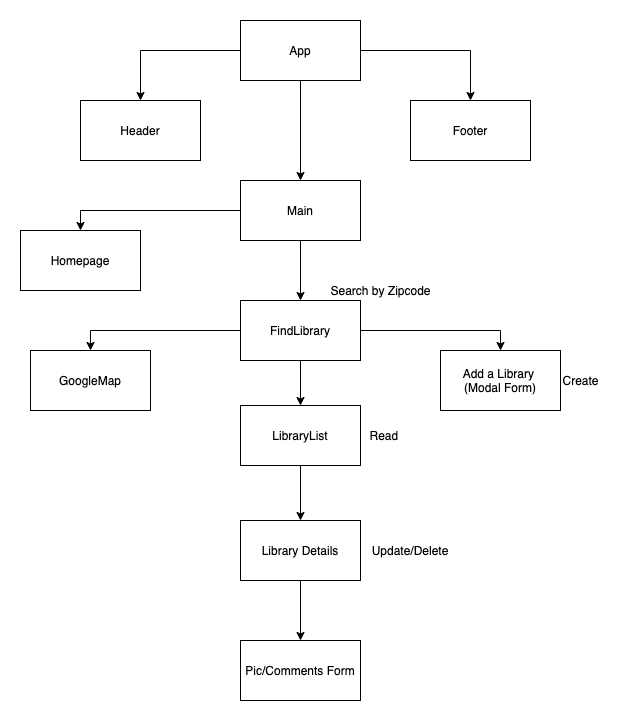
The draw.io diagram planning/wireframes/LibreLibro Components.png in tashi-ono/libre_libro_client, before a commit. Source tidied: cells renumbered, new cells last; positions are measured from the earlier drawing's top-left corner, leaving out a move shared by most shapes. Its diagram source:
```xml
<mxGraphModel>
  <root>
    <mxCell id="0" />
    <mxCell id="1" parent="0" />
    <mxCell id="2" style="edgeStyle=orthogonalEdgeStyle;rounded=0;jettySize=auto;html=1;" parent="1" edge="1" source="5" target="6">
      <mxGeometry relative="1" as="geometry" />
    </mxCell>
    <mxCell id="3" style="edgeStyle=orthogonalEdgeStyle;rounded=0;jettySize=auto;html=1;" parent="1" edge="1" source="5" target="7">
      <mxGeometry relative="1" as="geometry" />
    </mxCell>
    <mxCell id="4" style="edgeStyle=orthogonalEdgeStyle;rounded=0;jettySize=auto;html=1;" parent="1" edge="1" source="5" target="11">
      <mxGeometry relative="1" as="geometry" />
    </mxCell>
    <mxCell id="5" value="App" style="rounded=0;whiteSpace=wrap;html=1;" parent="1" vertex="1">
      <mxGeometry x="220" width="120" height="60" as="geometry" />
    </mxCell>
    <mxCell id="6" value="Header" style="rounded=0;whiteSpace=wrap;html=1;" parent="1" vertex="1">
      <mxGeometry x="60" y="80" width="120" height="60" as="geometry" />
    </mxCell>
    <mxCell id="7" value="Footer" style="rounded=0;whiteSpace=wrap;html=1;" parent="1" vertex="1">
      <mxGeometry x="390" y="80" width="120" height="60" as="geometry" />
    </mxCell>
    <mxCell id="8" style="edgeStyle=orthogonalEdgeStyle;rounded=0;jettySize=auto;html=1;entryX=0.5;entryY=0;entryDx=0;entryDy=0;" parent="1" edge="1" source="11" target="12">
      <mxGeometry relative="1" as="geometry" />
    </mxCell>
    <mxCell id="9" style="edgeStyle=orthogonalEdgeStyle;rounded=0;jettySize=auto;html=1;entryX=0.5;entryY=0;entryDx=0;entryDy=0;exitX=1;exitY=0.5;exitDx=0;exitDy=0;" parent="1" edge="1" source="16" target="13">
      <mxGeometry relative="1" as="geometry" />
    </mxCell>
    <mxCell id="10" style="edgeStyle=orthogonalEdgeStyle;rounded=0;jettySize=auto;html=1;exitX=0.5;exitY=1;exitDx=0;exitDy=0;" parent="1" edge="1" source="11" target="16">
      <mxGeometry relative="1" as="geometry" />
    </mxCell>
    <mxCell id="11" value="Main" style="rounded=0;whiteSpace=wrap;html=1;" parent="1" vertex="1">
      <mxGeometry x="220" y="160" width="120" height="60" as="geometry" />
    </mxCell>
    <mxCell id="12" value="Homepage" style="rounded=0;whiteSpace=wrap;html=1;" parent="1" vertex="1">
      <mxGeometry y="210" width="120" height="60" as="geometry" />
    </mxCell>
    <mxCell id="13" value="Add a Library &lt;br&gt;(Modal Form)" style="rounded=0;whiteSpace=wrap;html=1;" parent="1" vertex="1">
      <mxGeometry x="420" y="330" width="120" height="60" as="geometry" />
    </mxCell>
    <mxCell id="14" style="edgeStyle=orthogonalEdgeStyle;rounded=0;jettySize=auto;html=1;" parent="1" edge="1" source="16" target="21">
      <mxGeometry relative="1" as="geometry" />
    </mxCell>
    <mxCell id="15" style="edgeStyle=orthogonalEdgeStyle;rounded=0;jettySize=auto;html=1;entryX=0.5;entryY=0;entryDx=0;entryDy=0;" parent="1" edge="1" source="16" target="22">
      <mxGeometry relative="1" as="geometry" />
    </mxCell>
    <mxCell id="16" value="FindLibrary" style="rounded=0;whiteSpace=wrap;html=1;" parent="1" vertex="1">
      <mxGeometry x="220" y="280" width="120" height="60" as="geometry" />
    </mxCell>
    <mxCell id="17" style="edgeStyle=orthogonalEdgeStyle;rounded=0;jettySize=auto;html=1;" parent="1" edge="1" source="18" target="24">
      <mxGeometry relative="1" as="geometry" />
    </mxCell>
    <mxCell id="18" value="Library Details" style="rounded=0;whiteSpace=wrap;html=1;" parent="1" vertex="1">
      <mxGeometry x="220" y="500" width="120" height="60" as="geometry" />
    </mxCell>
    <mxCell id="19" value="Search by Zipcode" style="text;html=1;align=center;verticalAlign=middle;" parent="1" vertex="1">
      <mxGeometry x="300" y="260" width="120" height="20" as="geometry" />
    </mxCell>
    <mxCell id="20" style="edgeStyle=orthogonalEdgeStyle;rounded=0;jettySize=auto;html=1;" parent="1" edge="1" source="21" target="18">
      <mxGeometry relative="1" as="geometry" />
    </mxCell>
    <mxCell id="21" value="LibraryList" style="rounded=0;whiteSpace=wrap;html=1;" parent="1" vertex="1">
      <mxGeometry x="220" y="385" width="120" height="60" as="geometry" />
    </mxCell>
    <mxCell id="22" value="GoogleMap" style="rounded=0;whiteSpace=wrap;html=1;" parent="1" vertex="1">
      <mxGeometry x="10" y="330" width="120" height="60" as="geometry" />
    </mxCell>
    <mxCell id="23" value="Update/Delete" style="text;html=1;strokeColor=none;fillColor=none;align=center;verticalAlign=middle;whiteSpace=wrap;rounded=0;" parent="1" vertex="1">
      <mxGeometry x="360" y="520" width="60" height="20" as="geometry" />
    </mxCell>
    <mxCell id="24" value="Pic/Comments Form" style="rounded=0;whiteSpace=wrap;html=1;" parent="1" vertex="1">
      <mxGeometry x="220" y="620" width="120" height="60" as="geometry" />
    </mxCell>
    <mxCell id="25" value="Create" style="text;html=1;align=center;verticalAlign=middle;" parent="1" vertex="1">
      <mxGeometry x="535" y="350" width="50" height="20" as="geometry" />
    </mxCell>
    <mxCell id="26" value="Read&amp;nbsp;" style="text;html=1;align=center;verticalAlign=middle;" parent="1" vertex="1">
      <mxGeometry x="340" y="405" width="50" height="20" as="geometry" />
    </mxCell>
  </root>
</mxGraphModel>
```
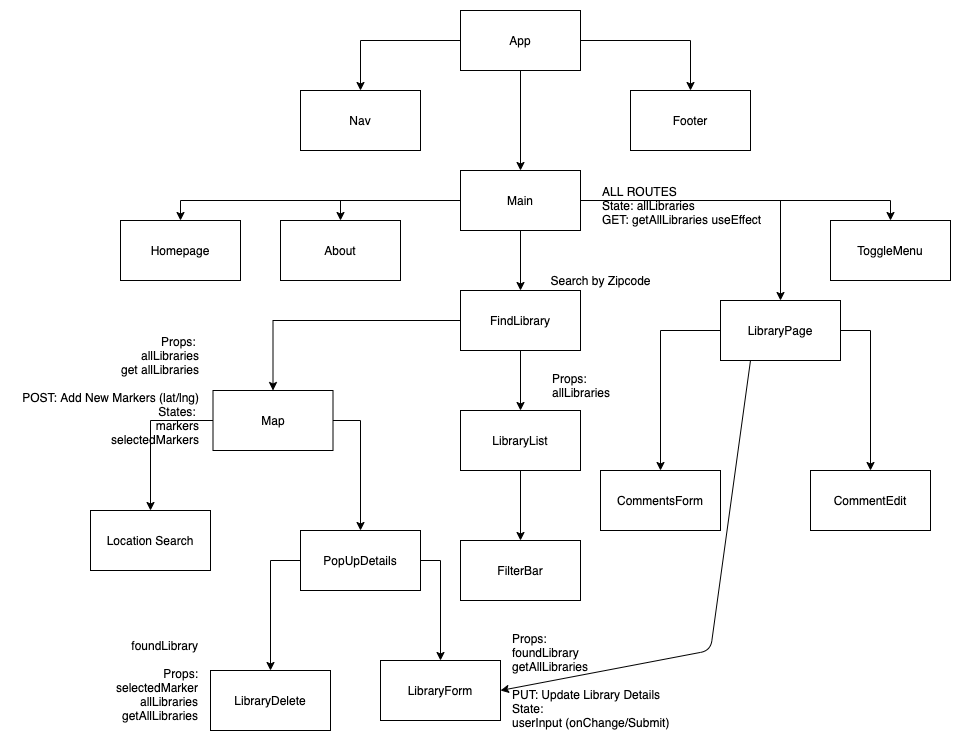
The same diagram one commit later.

What changed in the source:
```diff
@@ -14,7 +14,7 @@
     <mxCell id="5" value="App" style="rounded=0;whiteSpace=wrap;html=1;" parent="1" vertex="1">
       <mxGeometry x="220" width="120" height="60" as="geometry" />
     </mxCell>
-    <mxCell id="6" value="Header" style="rounded=0;whiteSpace=wrap;html=1;" parent="1" vertex="1">
+    <mxCell id="6" value="Nav" style="rounded=0;whiteSpace=wrap;html=1;" parent="1" vertex="1">
       <mxGeometry x="60" y="80" width="120" height="60" as="geometry" />
     </mxCell>
     <mxCell id="7" value="Footer" style="rounded=0;whiteSpace=wrap;html=1;" parent="1" vertex="1">
@@ -23,9 +23,6 @@
     <mxCell id="8" style="edgeStyle=orthogonalEdgeStyle;rounded=0;jettySize=auto;html=1;entryX=0.5;entryY=0;entryDx=0;entryDy=0;" parent="1" edge="1" source="11" target="12">
       <mxGeometry relative="1" as="geometry" />
     </mxCell>
-    <mxCell id="9" style="edgeStyle=orthogonalEdgeStyle;rounded=0;jettySize=auto;html=1;entryX=0.5;entryY=0;entryDx=0;entryDy=0;exitX=1;exitY=0.5;exitDx=0;exitDy=0;" parent="1" edge="1" source="16" target="13">
-      <mxGeometry relative="1" as="geometry" />
-    </mxCell>
     <mxCell id="10" style="edgeStyle=orthogonalEdgeStyle;rounded=0;jettySize=auto;html=1;exitX=0.5;exitY=1;exitDx=0;exitDy=0;" parent="1" edge="1" source="11" target="16">
       <mxGeometry relative="1" as="geometry" />
     </mxCell>
@@ -33,12 +30,9 @@
       <mxGeometry x="220" y="160" width="120" height="60" as="geometry" />
     </mxCell>
     <mxCell id="12" value="Homepage" style="rounded=0;whiteSpace=wrap;html=1;" parent="1" vertex="1">
-      <mxGeometry y="210" width="120" height="60" as="geometry" />
+      <mxGeometry x="-120" y="210" width="120" height="60" as="geometry" />
     </mxCell>
-    <mxCell id="13" value="Add a Library &lt;br&gt;(Modal Form)" style="rounded=0;whiteSpace=wrap;html=1;" parent="1" vertex="1">
-      <mxGeometry x="420" y="330" width="120" height="60" as="geometry" />
-    </mxCell>
-    <mxCell id="14" style="edgeStyle=orthogonalEdgeStyle;rounded=0;jettySize=auto;html=1;" parent="1" edge="1" source="16" target="21">
+    <mxCell id="14" style="edgeStyle=orthogonalEdgeStyle;rounded=0;jettySize=auto;html=1;exitX=0.5;exitY=1;exitDx=0;exitDy=0;" parent="1" edge="1" source="16" target="21">
       <mxGeometry relative="1" as="geometry" />
     </mxCell>
     <mxCell id="15" style="edgeStyle=orthogonalEdgeStyle;rounded=0;jettySize=auto;html=1;entryX=0.5;entryY=0;entryDx=0;entryDy=0;" parent="1" edge="1" source="16" target="22">
@@ -47,35 +41,102 @@
     <mxCell id="16" value="FindLibrary" style="rounded=0;whiteSpace=wrap;html=1;" parent="1" vertex="1">
       <mxGeometry x="220" y="280" width="120" height="60" as="geometry" />
     </mxCell>
-    <mxCell id="17" style="edgeStyle=orthogonalEdgeStyle;rounded=0;jettySize=auto;html=1;" parent="1" edge="1" source="18" target="24">
+    <mxCell id="17" style="edgeStyle=orthogonalEdgeStyle;rounded=0;jettySize=auto;html=1;exitX=1;exitY=0.5;exitDx=0;exitDy=0;entryX=0.5;entryY=0;entryDx=0;entryDy=0;" parent="1" edge="1" source="22" target="18">
       <mxGeometry relative="1" as="geometry" />
     </mxCell>
+    <mxCell id="27" style="edgeStyle=orthogonalEdgeStyle;rounded=0;jettySize=auto;html=1;exitX=1;exitY=0.5;exitDx=0;exitDy=0;" parent="1" edge="1" source="18" target="34">
+      <mxGeometry relative="1" as="geometry" />
+    </mxCell>
+    <mxCell id="28" style="edgeStyle=orthogonalEdgeStyle;rounded=0;jettySize=auto;html=1;" parent="1" edge="1" source="11" target="38">
+      <mxGeometry relative="1" as="geometry" />
+    </mxCell>
-    <mxCell id="18" value="Library Details" style="rounded=0;whiteSpace=wrap;html=1;" parent="1" vertex="1">
-      <mxGeometry x="220" y="500" width="120" height="60" as="geometry" />
+    <mxCell id="18" value="PopUpDetails" style="rounded=0;whiteSpace=wrap;html=1;" parent="1" vertex="1">
+      <mxGeometry x="60" y="520" width="120" height="60" as="geometry" />
     </mxCell>
     <mxCell id="19" value="Search by Zipcode" style="text;html=1;align=center;verticalAlign=middle;" parent="1" vertex="1">
       <mxGeometry x="300" y="260" width="120" height="20" as="geometry" />
     </mxCell>
-    <mxCell id="20" style="edgeStyle=orthogonalEdgeStyle;rounded=0;jettySize=auto;html=1;" parent="1" edge="1" source="21" target="18">
-      <mxGeometry relative="1" as="geometry" />
-    </mxCell>
+    <mxCell id="29" style="edgeStyle=orthogonalEdgeStyle;rounded=0;jettySize=auto;html=1;" parent="1" edge="1" source="21" target="46">
+      <mxGeometry relative="1" as="geometry" />
+    </mxCell>
     <mxCell id="21" value="LibraryList" style="rounded=0;whiteSpace=wrap;html=1;" parent="1" vertex="1">
-      <mxGeometry x="220" y="385" width="120" height="60" as="geometry" />
+      <mxGeometry x="220" y="400" width="120" height="60" as="geometry" />
     </mxCell>
+    <mxCell id="30" style="edgeStyle=orthogonalEdgeStyle;rounded=0;jettySize=auto;html=1;" parent="1" edge="1" source="22" target="47">
+      <mxGeometry relative="1" as="geometry" />
+    </mxCell>
-    <mxCell id="22" value="GoogleMap" style="rounded=0;whiteSpace=wrap;html=1;" parent="1" vertex="1">
-      <mxGeometry x="10" y="330" width="120" height="60" as="geometry" />
+    <mxCell id="22" value="Map" style="rounded=0;whiteSpace=wrap;html=1;" parent="1" vertex="1">
+      <mxGeometry x="-27.5" y="380" width="120" height="60" as="geometry" />
     </mxCell>
-    <mxCell id="23" value="Update/Delete" style="text;html=1;strokeColor=none;fillColor=none;align=center;verticalAlign=middle;whiteSpace=wrap;rounded=0;" parent="1" vertex="1">
-      <mxGeometry x="360" y="520" width="60" height="20" as="geometry" />
+    <mxCell id="23" value="foundLibrary&lt;br&gt;&lt;br&gt;Props:&lt;br&gt;selectedMarker&lt;br&gt;allLibraries&lt;br&gt;getAllLibraries" style="text;html=1;strokeColor=none;fillColor=none;align=right;verticalAlign=middle;whiteSpace=wrap;rounded=0;imageAlign=left;" parent="1" vertex="1">
+      <mxGeometry x="-170" y="630" width="130" height="80" as="geometry" />
     </mxCell>
-    <mxCell id="24" value="Pic/Comments Form" style="rounded=0;whiteSpace=wrap;html=1;" parent="1" vertex="1">
-      <mxGeometry x="220" y="620" width="120" height="60" as="geometry" />
-    </mxCell>
-    <mxCell id="25" value="Create" style="text;html=1;align=center;verticalAlign=middle;" parent="1" vertex="1">
-      <mxGeometry x="535" y="350" width="50" height="20" as="geometry" />
-    </mxCell>
-    <mxCell id="26" value="Read&amp;nbsp;" style="text;html=1;align=center;verticalAlign=middle;" parent="1" vertex="1">
-      <mxGeometry x="340" y="405" width="50" height="20" as="geometry" />
-    </mxCell>
+    <mxCell id="31" value="ALL ROUTES&lt;br&gt;State: allLibraries&amp;nbsp;&lt;br&gt;GET: getAllLibraries useEffect" style="text;html=1;align=left;verticalAlign=middle;" parent="1" vertex="1">
+      <mxGeometry x="360" y="170" width="170" height="50" as="geometry" />
+    </mxCell>
+    <mxCell id="32" value="Props:&amp;nbsp;&lt;br&gt;allLibraries&lt;br&gt;get allLibraries&lt;br&gt;&lt;br&gt;POST: Add New Markers (lat/lng)&lt;br&gt;States:&amp;nbsp;&lt;br&gt;markers&lt;br&gt;selectedMarkers" style="text;html=1;align=right;verticalAlign=middle;" parent="1" vertex="1">
+      <mxGeometry x="-230" y="320" width="190" height="120" as="geometry" />
+    </mxCell>
+    <mxCell id="33" value="Props:&lt;br&gt;allLibraries" style="text;html=1;align=left;verticalAlign=middle;" parent="1" vertex="1">
+      <mxGeometry x="310" y="360" width="70" height="30" as="geometry" />
+    </mxCell>
+    <mxCell id="34" value="LibraryForm" style="rounded=0;whiteSpace=wrap;html=1;" parent="1" vertex="1">
+      <mxGeometry x="140" y="650" width="120" height="60" as="geometry" />
+    </mxCell>
+    <mxCell id="35" value="Props:&lt;br&gt;foundLibrary&lt;br&gt;getAllLibraries&lt;br&gt;&lt;br&gt;PUT: Update Library Details&lt;br&gt;State:&lt;br&gt;userInput (onChange/Submit)" style="text;html=1;align=left;verticalAlign=middle;" parent="1" vertex="1">
+      <mxGeometry x="270" y="620" width="170" height="100" as="geometry" />
+    </mxCell>
+    <mxCell id="36" style="edgeStyle=orthogonalEdgeStyle;rounded=0;jettySize=auto;html=1;exitX=0;exitY=0.5;exitDx=0;exitDy=0;" parent="1" edge="1" source="38" target="40">
+      <mxGeometry relative="1" as="geometry" />
+    </mxCell>
+    <mxCell id="37" style="edgeStyle=orthogonalEdgeStyle;rounded=0;jettySize=auto;html=1;exitX=0;exitY=0.5;exitDx=0;exitDy=0;" parent="1" edge="1" source="18" target="42">
+      <mxGeometry relative="1" as="geometry" />
+    </mxCell>
+    <mxCell id="38" value="LibraryPage" style="rounded=0;whiteSpace=wrap;html=1;" parent="1" vertex="1">
+      <mxGeometry x="480" y="290" width="120" height="60" as="geometry" />
+    </mxCell>
+    <mxCell id="39" style="edgeStyle=orthogonalEdgeStyle;rounded=0;jettySize=auto;html=1;exitX=1;exitY=0.5;exitDx=0;exitDy=0;" parent="1" edge="1" source="38" target="41">
+      <mxGeometry relative="1" as="geometry">
+        <Array as="points">
+          <mxPoint x="630" y="320" />
+        </Array>
+      </mxGeometry>
+    </mxCell>
+    <mxCell id="40" value="CommentsForm" style="rounded=0;whiteSpace=wrap;html=1;" parent="1" vertex="1">
+      <mxGeometry x="360" y="460" width="120" height="60" as="geometry" />
+    </mxCell>
+    <mxCell id="41" value="CommentEdit" style="rounded=0;whiteSpace=wrap;html=1;" parent="1" vertex="1">
+      <mxGeometry x="570" y="460" width="120" height="60" as="geometry" />
+    </mxCell>
+    <mxCell id="42" value="LibraryDelete" style="rounded=0;whiteSpace=wrap;html=1;" parent="1" vertex="1">
+      <mxGeometry x="-30" y="660" width="120" height="60" as="geometry" />
+    </mxCell>
+    <mxCell id="43" style="endArrow=classic;html=1;exitX=0.25;exitY=1;exitDx=0;exitDy=0;entryX=1;entryY=0.5;entryDx=0;entryDy=0;" parent="1" edge="1" source="38" target="34">
+      <mxGeometry relative="1" as="geometry">
+        <Array as="points">
+          <mxPoint x="470" y="640" />
+        </Array>
+      </mxGeometry>
+    </mxCell>
+    <mxCell id="44" style="edgeStyle=orthogonalEdgeStyle;rounded=0;jettySize=auto;html=1;entryX=0.5;entryY=0;entryDx=0;entryDy=0;" parent="1" edge="1" target="45">
+      <mxGeometry relative="1" as="geometry">
+        <mxPoint x="210" y="190" as="sourcePoint" />
+      </mxGeometry>
+    </mxCell>
+    <mxCell id="45" value="About" style="rounded=0;whiteSpace=wrap;html=1;" parent="1" vertex="1">
+      <mxGeometry x="40" y="210" width="120" height="60" as="geometry" />
+    </mxCell>
+    <mxCell id="46" value="FilterBar" style="rounded=0;whiteSpace=wrap;html=1;" parent="1" vertex="1">
+      <mxGeometry x="220" y="530" width="120" height="60" as="geometry" />
+    </mxCell>
+    <mxCell id="47" value="Location Search" style="rounded=0;whiteSpace=wrap;html=1;" parent="1" vertex="1">
+      <mxGeometry x="-150" y="500" width="120" height="60" as="geometry" />
+    </mxCell>
+    <mxCell id="48" style="edgeStyle=orthogonalEdgeStyle;rounded=0;jettySize=auto;html=1;exitX=1;exitY=0.5;exitDx=0;exitDy=0;entryX=0.5;entryY=0;entryDx=0;entryDy=0;" parent="1" edge="1" source="11" target="49">
+      <mxGeometry relative="1" as="geometry" />
+    </mxCell>
+    <mxCell id="49" value="ToggleMenu" style="rounded=0;whiteSpace=wrap;html=1;" parent="1" vertex="1">
+      <mxGeometry x="590" y="210" width="120" height="60" as="geometry" />
+    </mxCell>
   </root>
 </mxGraphModel>
```
